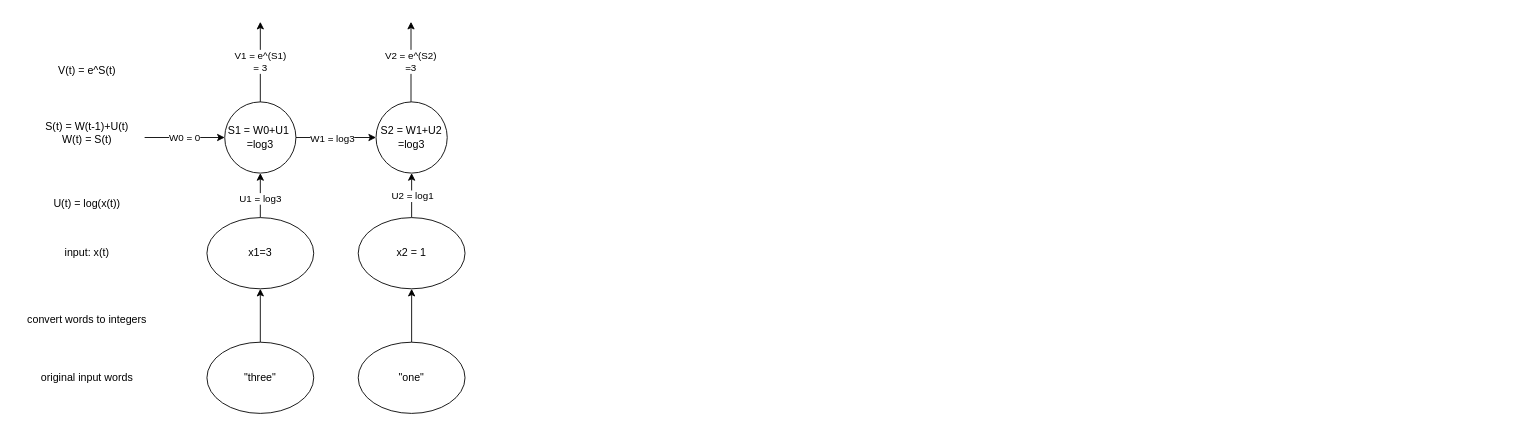
CheneyJX/Duke keeps this draw.io diagram as Untitled Diagram.drawio. Above is the earlier version. Source tidied: cells renumbered, new cells numbered last; positions are measured from the earlier drawing's top-left corner, leaving out a move shared by most shapes. Both pictures are drawn from the tidied source at 89%, with x=0, y=0 at pixel (15, 21).
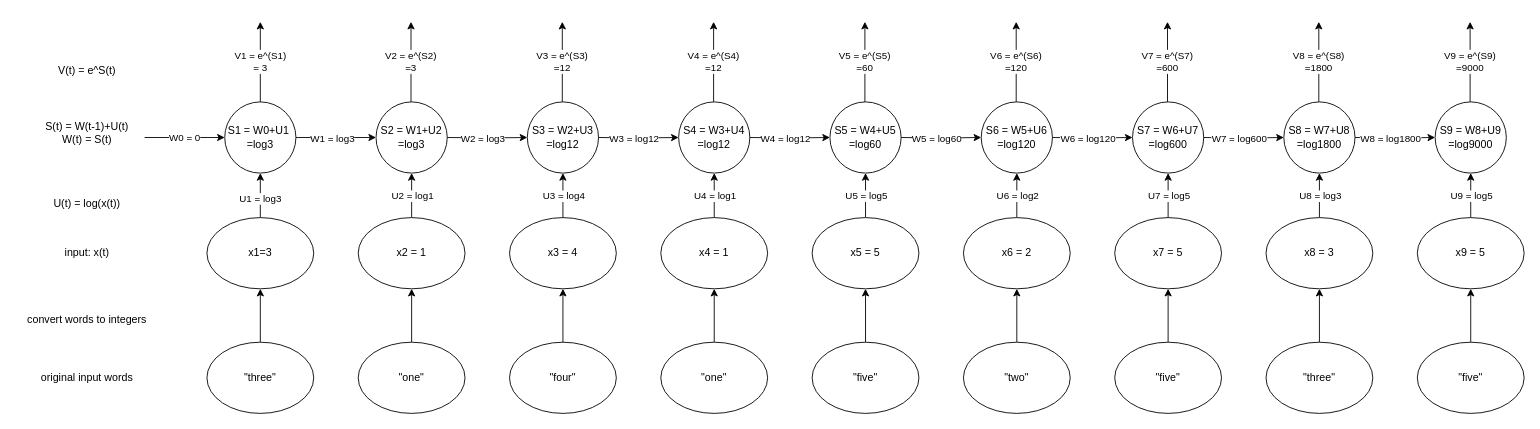
Above is the later version.

The edit, as a diff of the source:
```diff
@@
+    <mxCell id="24" style="edgeStyle=orthogonalEdgeStyle;rounded=0;jettySize=auto;html=1;" parent="1" edge="1" target="28">
+      <mxGeometry relative="1" as="geometry">
+        <mxPoint x="485" y="130" as="sourcePoint" />
+      </mxGeometry>
+    </mxCell>
+    <mxCell id="25" value="W2 = log3" style="edgeLabel;html=1;align=center;verticalAlign=middle;" parent="24" vertex="1">
+      <mxGeometry x="-0.31" y="-2" relative="1" as="geometry">
+        <mxPoint x="9" y="-2" as="offset" />
+      </mxGeometry>
+    </mxCell>
+    <mxCell id="26" style="edgeStyle=orthogonalEdgeStyle;rounded=0;jettySize=auto;html=1;" parent="1" edge="1" source="27" target="30">
+      <mxGeometry relative="1" as="geometry" />
+    </mxCell>
+    <mxCell id="27" value="&quot;four&quot;" style="ellipse;whiteSpace=wrap;html=1;" parent="1" vertex="1">
+      <mxGeometry x="555" y="360" width="120" height="80" as="geometry" />
+    </mxCell>
+    <mxCell id="28" value="S3 = W2+U3&lt;br&gt;=log12" style="ellipse;whiteSpace=wrap;html=1;" parent="1" vertex="1">
+      <mxGeometry x="575" y="90" width="80" height="80" as="geometry" />
+    </mxCell>
+    <mxCell id="29" value="U3 = log4" style="edgeStyle=orthogonalEdgeStyle;rounded=0;jettySize=auto;html=1;entryX=0.5;entryY=1;entryDx=0;entryDy=0;" parent="1" edge="1" source="30">
+      <mxGeometry relative="1" as="geometry">
+        <mxPoint x="615" y="170" as="targetPoint" />
+      </mxGeometry>
+    </mxCell>
+    <mxCell id="30" value="x3 = 4" style="ellipse;whiteSpace=wrap;html=1;" parent="1" vertex="1">
+      <mxGeometry x="555" y="220" width="120" height="80" as="geometry" />
+    </mxCell>
+    <mxCell id="31" value="V3 = e^(S3)&lt;br&gt;=12" style="endArrow=classic;html=1;rounded=0;exitX=0.5;exitY=0;exitDx=0;exitDy=0;" parent="1" edge="1">
+      <mxGeometry relative="1" as="geometry">
+        <mxPoint x="614.3" y="90" as="sourcePoint" />
+        <mxPoint x="614.3" as="targetPoint" />
+      </mxGeometry>
+    </mxCell>
+    <mxCell id="32" style="edgeStyle=orthogonalEdgeStyle;rounded=0;jettySize=auto;html=1;" parent="1" edge="1" target="36">
+      <mxGeometry relative="1" as="geometry">
+        <mxPoint x="655" y="130" as="sourcePoint" />
+      </mxGeometry>
+    </mxCell>
+    <mxCell id="33" value="W3 = log12" style="edgeLabel;html=1;align=center;verticalAlign=middle;" parent="32" vertex="1">
+      <mxGeometry x="-0.31" y="-2" relative="1" as="geometry">
+        <mxPoint x="9" y="-2" as="offset" />
+      </mxGeometry>
+    </mxCell>
+    <mxCell id="34" style="edgeStyle=orthogonalEdgeStyle;rounded=0;jettySize=auto;html=1;" parent="1" edge="1" source="35" target="38">
+      <mxGeometry relative="1" as="geometry" />
+    </mxCell>
+    <mxCell id="35" value="&quot;one&quot;" style="ellipse;whiteSpace=wrap;html=1;" parent="1" vertex="1">
+      <mxGeometry x="725" y="360" width="120" height="80" as="geometry" />
+    </mxCell>
+    <mxCell id="36" value="S4 = W3+U4&lt;br&gt;=log12" style="ellipse;whiteSpace=wrap;html=1;" parent="1" vertex="1">
+      <mxGeometry x="745" y="90" width="80" height="80" as="geometry" />
+    </mxCell>
+    <mxCell id="37" value="U4 = log1" style="edgeStyle=orthogonalEdgeStyle;rounded=0;jettySize=auto;html=1;entryX=0.5;entryY=1;entryDx=0;entryDy=0;" parent="1" edge="1" source="38">
+      <mxGeometry relative="1" as="geometry">
+        <mxPoint x="785" y="170" as="targetPoint" />
+      </mxGeometry>
+    </mxCell>
+    <mxCell id="38" value="x4 = 1" style="ellipse;whiteSpace=wrap;html=1;" parent="1" vertex="1">
+      <mxGeometry x="725" y="220" width="120" height="80" as="geometry" />
+    </mxCell>
+    <mxCell id="39" value="V4 = e^(S4)&lt;br&gt;=12" style="endArrow=classic;html=1;rounded=0;exitX=0.5;exitY=0;exitDx=0;exitDy=0;" parent="1" edge="1">
+      <mxGeometry relative="1" as="geometry">
+        <mxPoint x="784.3" y="90" as="sourcePoint" />
+        <mxPoint x="784.3" as="targetPoint" />
+      </mxGeometry>
+    </mxCell>
+    <mxCell id="40" style="edgeStyle=orthogonalEdgeStyle;rounded=0;jettySize=auto;html=1;" parent="1" edge="1" target="44">
+      <mxGeometry relative="1" as="geometry">
+        <mxPoint x="825" y="130" as="sourcePoint" />
+      </mxGeometry>
+    </mxCell>
+    <mxCell id="41" value="W4 = log12" style="edgeLabel;html=1;align=center;verticalAlign=middle;" parent="40" vertex="1">
+      <mxGeometry x="-0.31" y="-2" relative="1" as="geometry">
+        <mxPoint x="9" y="-2" as="offset" />
+      </mxGeometry>
+    </mxCell>
+    <mxCell id="42" style="edgeStyle=orthogonalEdgeStyle;rounded=0;jettySize=auto;html=1;" parent="1" edge="1" source="43" target="46">
+      <mxGeometry relative="1" as="geometry" />
+    </mxCell>
+    <mxCell id="43" value="&quot;five&quot;" style="ellipse;whiteSpace=wrap;html=1;" parent="1" vertex="1">
+      <mxGeometry x="895" y="360" width="120" height="80" as="geometry" />
+    </mxCell>
+    <mxCell id="44" value="S5 = W4+U5&lt;br&gt;=log60" style="ellipse;whiteSpace=wrap;html=1;" parent="1" vertex="1">
+      <mxGeometry x="915" y="90" width="80" height="80" as="geometry" />
+    </mxCell>
+    <mxCell id="45" value="U5 = log5" style="edgeStyle=orthogonalEdgeStyle;rounded=0;jettySize=auto;html=1;entryX=0.5;entryY=1;entryDx=0;entryDy=0;" parent="1" edge="1" source="46">
+      <mxGeometry relative="1" as="geometry">
+        <mxPoint x="955" y="170" as="targetPoint" />
+      </mxGeometry>
+    </mxCell>
+    <mxCell id="46" value="x5 = 5" style="ellipse;whiteSpace=wrap;html=1;" parent="1" vertex="1">
+      <mxGeometry x="895" y="220" width="120" height="80" as="geometry" />
+    </mxCell>
+    <mxCell id="47" value="V5 = e^(S5)&lt;br&gt;=60" style="endArrow=classic;html=1;rounded=0;exitX=0.5;exitY=0;exitDx=0;exitDy=0;" parent="1" edge="1">
+      <mxGeometry relative="1" as="geometry">
+        <mxPoint x="954.3" y="90" as="sourcePoint" />
+        <mxPoint x="954.3" as="targetPoint" />
+      </mxGeometry>
+    </mxCell>
+    <mxCell id="48" style="edgeStyle=orthogonalEdgeStyle;rounded=0;jettySize=auto;html=1;" parent="1" edge="1" target="52">
+      <mxGeometry relative="1" as="geometry">
+        <mxPoint x="995" y="130" as="sourcePoint" />
+      </mxGeometry>
+    </mxCell>
+    <mxCell id="49" value="W5 = log60" style="edgeLabel;html=1;align=center;verticalAlign=middle;" parent="48" vertex="1">
+      <mxGeometry x="-0.31" y="-2" relative="1" as="geometry">
+        <mxPoint x="9" y="-2" as="offset" />
+      </mxGeometry>
+    </mxCell>
+    <mxCell id="50" style="edgeStyle=orthogonalEdgeStyle;rounded=0;jettySize=auto;html=1;" parent="1" edge="1" source="51" target="54">
+      <mxGeometry relative="1" as="geometry" />
+    </mxCell>
+    <mxCell id="51" value="&quot;two&quot;" style="ellipse;whiteSpace=wrap;html=1;" parent="1" vertex="1">
+      <mxGeometry x="1065" y="360" width="120" height="80" as="geometry" />
+    </mxCell>
+    <mxCell id="52" value="S6 = W5+U6&lt;br&gt;=log120" style="ellipse;whiteSpace=wrap;html=1;" parent="1" vertex="1">
+      <mxGeometry x="1085" y="90" width="80" height="80" as="geometry" />
+    </mxCell>
+    <mxCell id="53" value="U6 = log2" style="edgeStyle=orthogonalEdgeStyle;rounded=0;jettySize=auto;html=1;entryX=0.5;entryY=1;entryDx=0;entryDy=0;" parent="1" edge="1" source="54">
+      <mxGeometry relative="1" as="geometry">
+        <mxPoint x="1125" y="170" as="targetPoint" />
+      </mxGeometry>
+    </mxCell>
+    <mxCell id="54" value="x6 = 2" style="ellipse;whiteSpace=wrap;html=1;" parent="1" vertex="1">
+      <mxGeometry x="1065" y="220" width="120" height="80" as="geometry" />
+    </mxCell>
+    <mxCell id="55" value="V6 = e^(S6)&lt;br&gt;=120" style="endArrow=classic;html=1;rounded=0;exitX=0.5;exitY=0;exitDx=0;exitDy=0;" parent="1" edge="1">
+      <mxGeometry relative="1" as="geometry">
+        <mxPoint x="1124.3" y="90" as="sourcePoint" />
+        <mxPoint x="1124.3" as="targetPoint" />
+      </mxGeometry>
+    </mxCell>
+    <mxCell id="56" style="edgeStyle=orthogonalEdgeStyle;rounded=0;jettySize=auto;html=1;" parent="1" edge="1" target="60">
+      <mxGeometry relative="1" as="geometry">
+        <mxPoint x="1165" y="130" as="sourcePoint" />
+      </mxGeometry>
+    </mxCell>
+    <mxCell id="57" value="W6 = log120" style="edgeLabel;html=1;align=center;verticalAlign=middle;" parent="56" vertex="1">
+      <mxGeometry x="-0.31" y="-2" relative="1" as="geometry">
+        <mxPoint x="9" y="-2" as="offset" />
+      </mxGeometry>
+    </mxCell>
+    <mxCell id="58" style="edgeStyle=orthogonalEdgeStyle;rounded=0;jettySize=auto;html=1;" parent="1" edge="1" source="59" target="62">
+      <mxGeometry relative="1" as="geometry" />
+    </mxCell>
+    <mxCell id="59" value="&quot;five&quot;" style="ellipse;whiteSpace=wrap;html=1;" parent="1" vertex="1">
+      <mxGeometry x="1235" y="360" width="120" height="80" as="geometry" />
+    </mxCell>
+    <mxCell id="60" value="S7 = W6+U7&lt;br&gt;=log600" style="ellipse;whiteSpace=wrap;html=1;" parent="1" vertex="1">
+      <mxGeometry x="1255" y="90" width="80" height="80" as="geometry" />
+    </mxCell>
+    <mxCell id="61" value="U7 = log5" style="edgeStyle=orthogonalEdgeStyle;rounded=0;jettySize=auto;html=1;entryX=0.5;entryY=1;entryDx=0;entryDy=0;" parent="1" edge="1" source="62">
+      <mxGeometry relative="1" as="geometry">
+        <mxPoint x="1295" y="170" as="targetPoint" />
+      </mxGeometry>
+    </mxCell>
+    <mxCell id="62" value="x7 = 5" style="ellipse;whiteSpace=wrap;html=1;" parent="1" vertex="1">
+      <mxGeometry x="1235" y="220" width="120" height="80" as="geometry" />
+    </mxCell>
+    <mxCell id="63" value="V7 = e^(S7)&lt;br&gt;=600" style="endArrow=classic;html=1;rounded=0;exitX=0.5;exitY=0;exitDx=0;exitDy=0;" parent="1" edge="1">
+      <mxGeometry relative="1" as="geometry">
+        <mxPoint x="1294.3" y="90" as="sourcePoint" />
+        <mxPoint x="1294.3" as="targetPoint" />
+      </mxGeometry>
+    </mxCell>
+    <mxCell id="64" style="edgeStyle=orthogonalEdgeStyle;rounded=0;jettySize=auto;html=1;" parent="1" edge="1" target="68">
+      <mxGeometry relative="1" as="geometry">
+        <mxPoint x="1335" y="130" as="sourcePoint" />
+      </mxGeometry>
+    </mxCell>
+    <mxCell id="65" value="W7 = log600" style="edgeLabel;html=1;align=center;verticalAlign=middle;" parent="64" vertex="1">
+      <mxGeometry x="-0.31" y="-2" relative="1" as="geometry">
+        <mxPoint x="9" y="-2" as="offset" />
+      </mxGeometry>
+    </mxCell>
+    <mxCell id="66" style="edgeStyle=orthogonalEdgeStyle;rounded=0;jettySize=auto;html=1;" parent="1" edge="1" source="67" target="70">
+      <mxGeometry relative="1" as="geometry" />
+    </mxCell>
+    <mxCell id="67" value="&quot;three&quot;" style="ellipse;whiteSpace=wrap;html=1;" parent="1" vertex="1">
+      <mxGeometry x="1405" y="360" width="120" height="80" as="geometry" />
+    </mxCell>
+    <mxCell id="68" value="S8 = W7+U8&lt;br&gt;=log1800" style="ellipse;whiteSpace=wrap;html=1;" parent="1" vertex="1">
+      <mxGeometry x="1425" y="90" width="80" height="80" as="geometry" />
+    </mxCell>
+    <mxCell id="69" value="U8 = log3" style="edgeStyle=orthogonalEdgeStyle;rounded=0;jettySize=auto;html=1;entryX=0.5;entryY=1;entryDx=0;entryDy=0;" parent="1" edge="1" source="70">
+      <mxGeometry relative="1" as="geometry">
+        <mxPoint x="1465" y="170" as="targetPoint" />
+      </mxGeometry>
+    </mxCell>
+    <mxCell id="70" value="x8 = 3" style="ellipse;whiteSpace=wrap;html=1;" parent="1" vertex="1">
+      <mxGeometry x="1405" y="220" width="120" height="80" as="geometry" />
+    </mxCell>
+    <mxCell id="71" value="V8 = e^(S8)&lt;br&gt;=1800" style="endArrow=classic;html=1;rounded=0;exitX=0.5;exitY=0;exitDx=0;exitDy=0;" parent="1" edge="1">
+      <mxGeometry relative="1" as="geometry">
+        <mxPoint x="1464.3" y="90" as="sourcePoint" />
+        <mxPoint x="1464.3" as="targetPoint" />
+      </mxGeometry>
+    </mxCell>
+    <mxCell id="72" style="edgeStyle=orthogonalEdgeStyle;rounded=0;jettySize=auto;html=1;" parent="1" edge="1" target="76">
+      <mxGeometry relative="1" as="geometry">
+        <mxPoint x="1505" y="130" as="sourcePoint" />
+      </mxGeometry>
+    </mxCell>
+    <mxCell id="73" value="W8 = log1800" style="edgeLabel;html=1;align=center;verticalAlign=middle;" parent="72" vertex="1">
+      <mxGeometry x="-0.31" y="-2" relative="1" as="geometry">
+        <mxPoint x="9" y="-2" as="offset" />
+      </mxGeometry>
+    </mxCell>
+    <mxCell id="74" style="edgeStyle=orthogonalEdgeStyle;rounded=0;jettySize=auto;html=1;" parent="1" edge="1" source="75" target="78">
+      <mxGeometry relative="1" as="geometry" />
+    </mxCell>
+    <mxCell id="75" value="&quot;five&quot;" style="ellipse;whiteSpace=wrap;html=1;" parent="1" vertex="1">
+      <mxGeometry x="1575" y="360" width="120" height="80" as="geometry" />
+    </mxCell>
+    <mxCell id="76" value="S9 = W8+U9&lt;br&gt;=log9000" style="ellipse;whiteSpace=wrap;html=1;" parent="1" vertex="1">
+      <mxGeometry x="1595" y="90" width="80" height="80" as="geometry" />
+    </mxCell>
+    <mxCell id="77" value="U9 = log5" style="edgeStyle=orthogonalEdgeStyle;rounded=0;jettySize=auto;html=1;entryX=0.5;entryY=1;entryDx=0;entryDy=0;" parent="1" edge="1" source="78">
+      <mxGeometry relative="1" as="geometry">
+        <mxPoint x="1635" y="170" as="targetPoint" />
+      </mxGeometry>
+    </mxCell>
+    <mxCell id="78" value="x9 = 5" style="ellipse;whiteSpace=wrap;html=1;" parent="1" vertex="1">
+      <mxGeometry x="1575" y="220" width="120" height="80" as="geometry" />
+    </mxCell>
+    <mxCell id="79" value="V9 = e^(S9)&lt;br&gt;=9000" style="endArrow=classic;html=1;rounded=0;exitX=0.5;exitY=0;exitDx=0;exitDy=0;" parent="1" edge="1">
+      <mxGeometry relative="1" as="geometry">
+        <mxPoint x="1634.3" y="90" as="sourcePoint" />
+        <mxPoint x="1634.3" as="targetPoint" />
+      </mxGeometry>
+    </mxCell>
```
